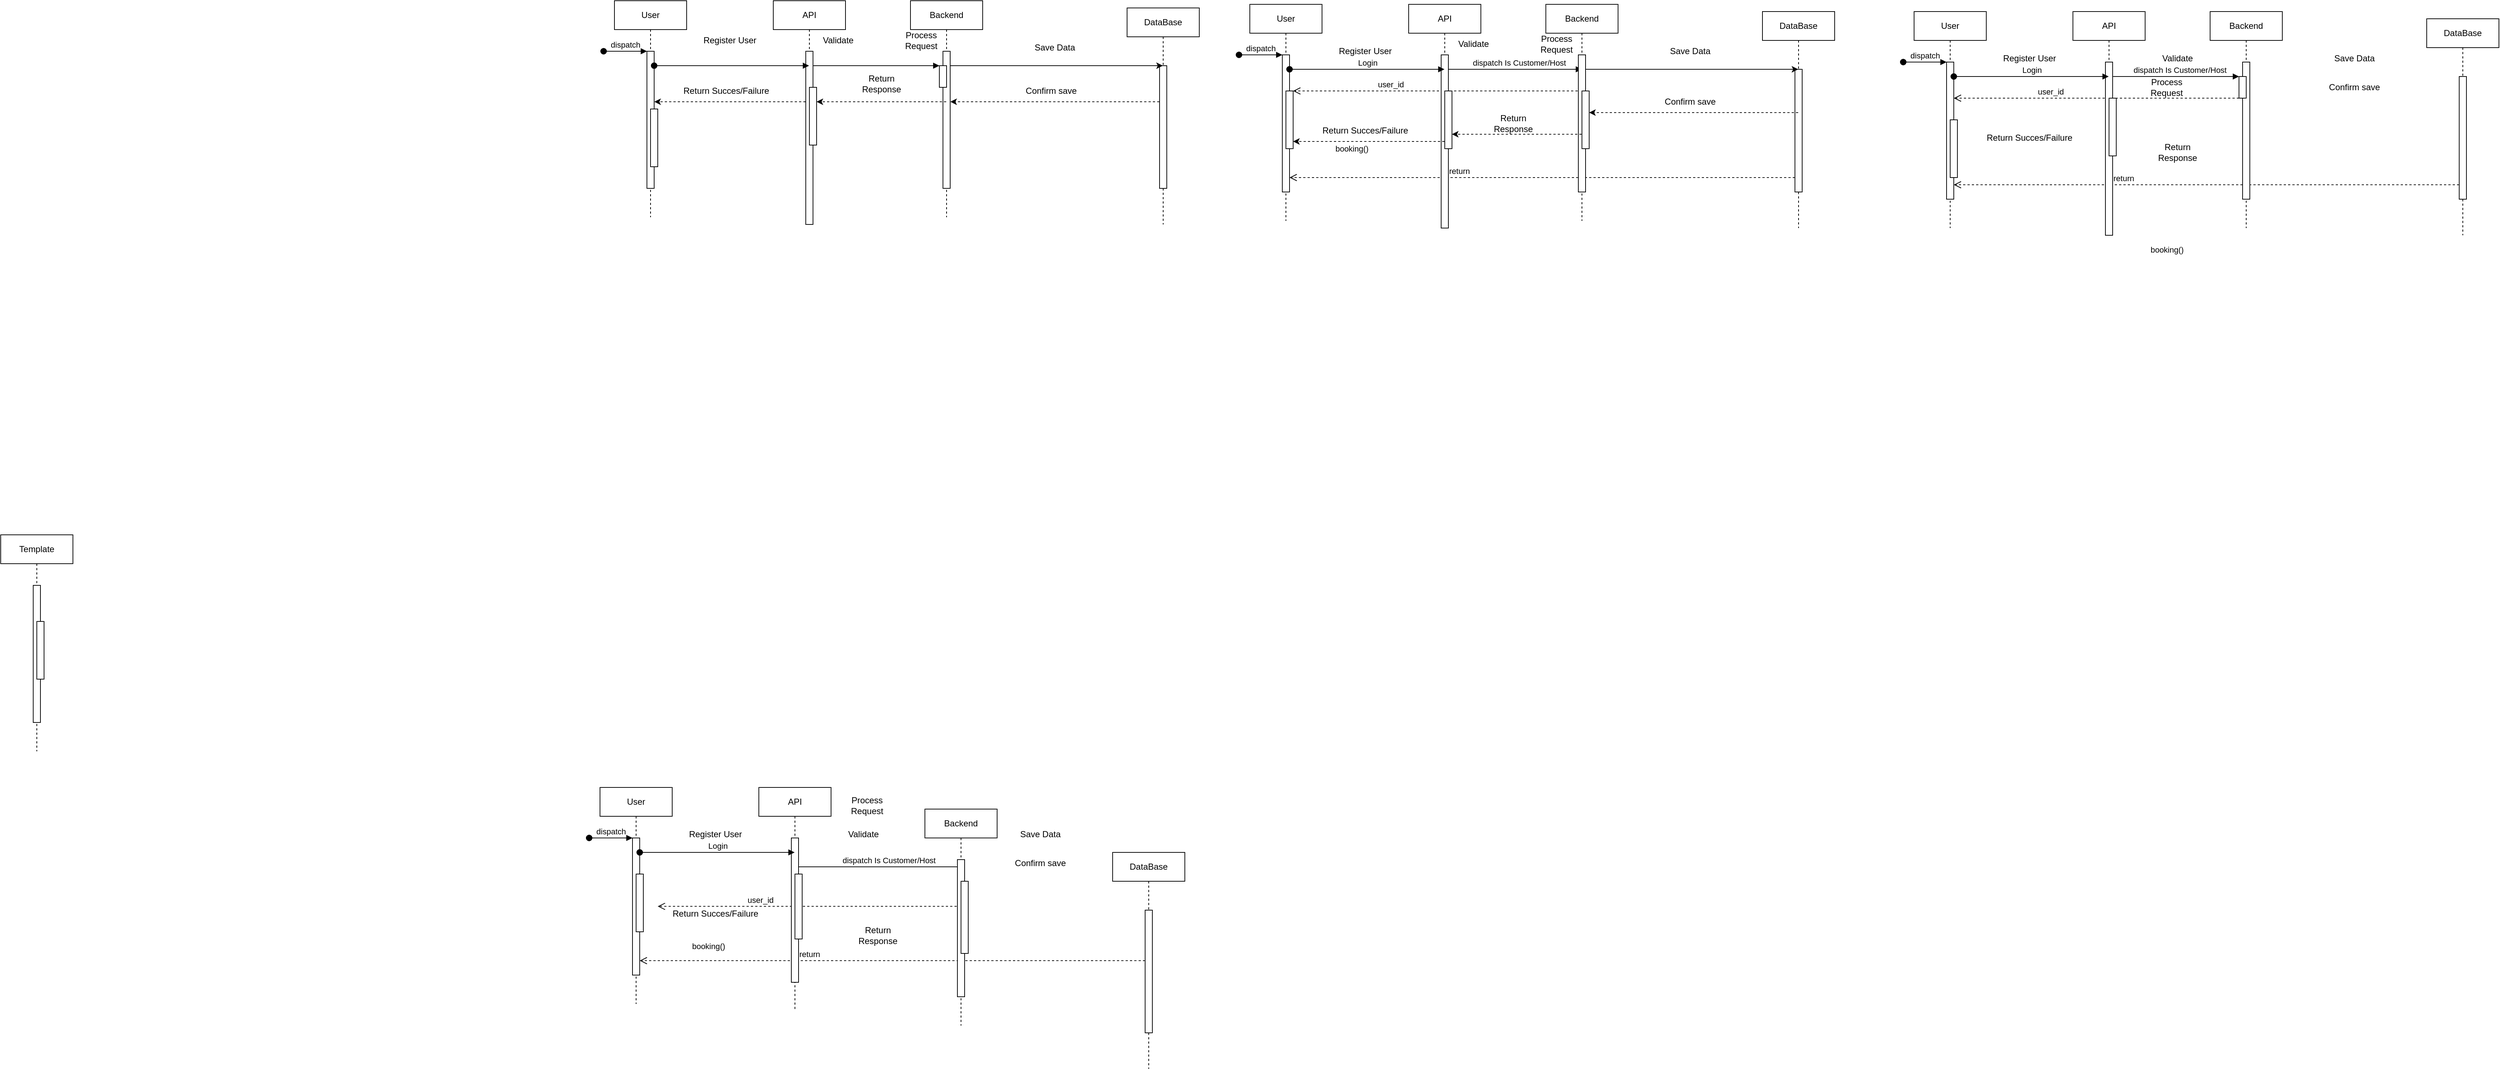
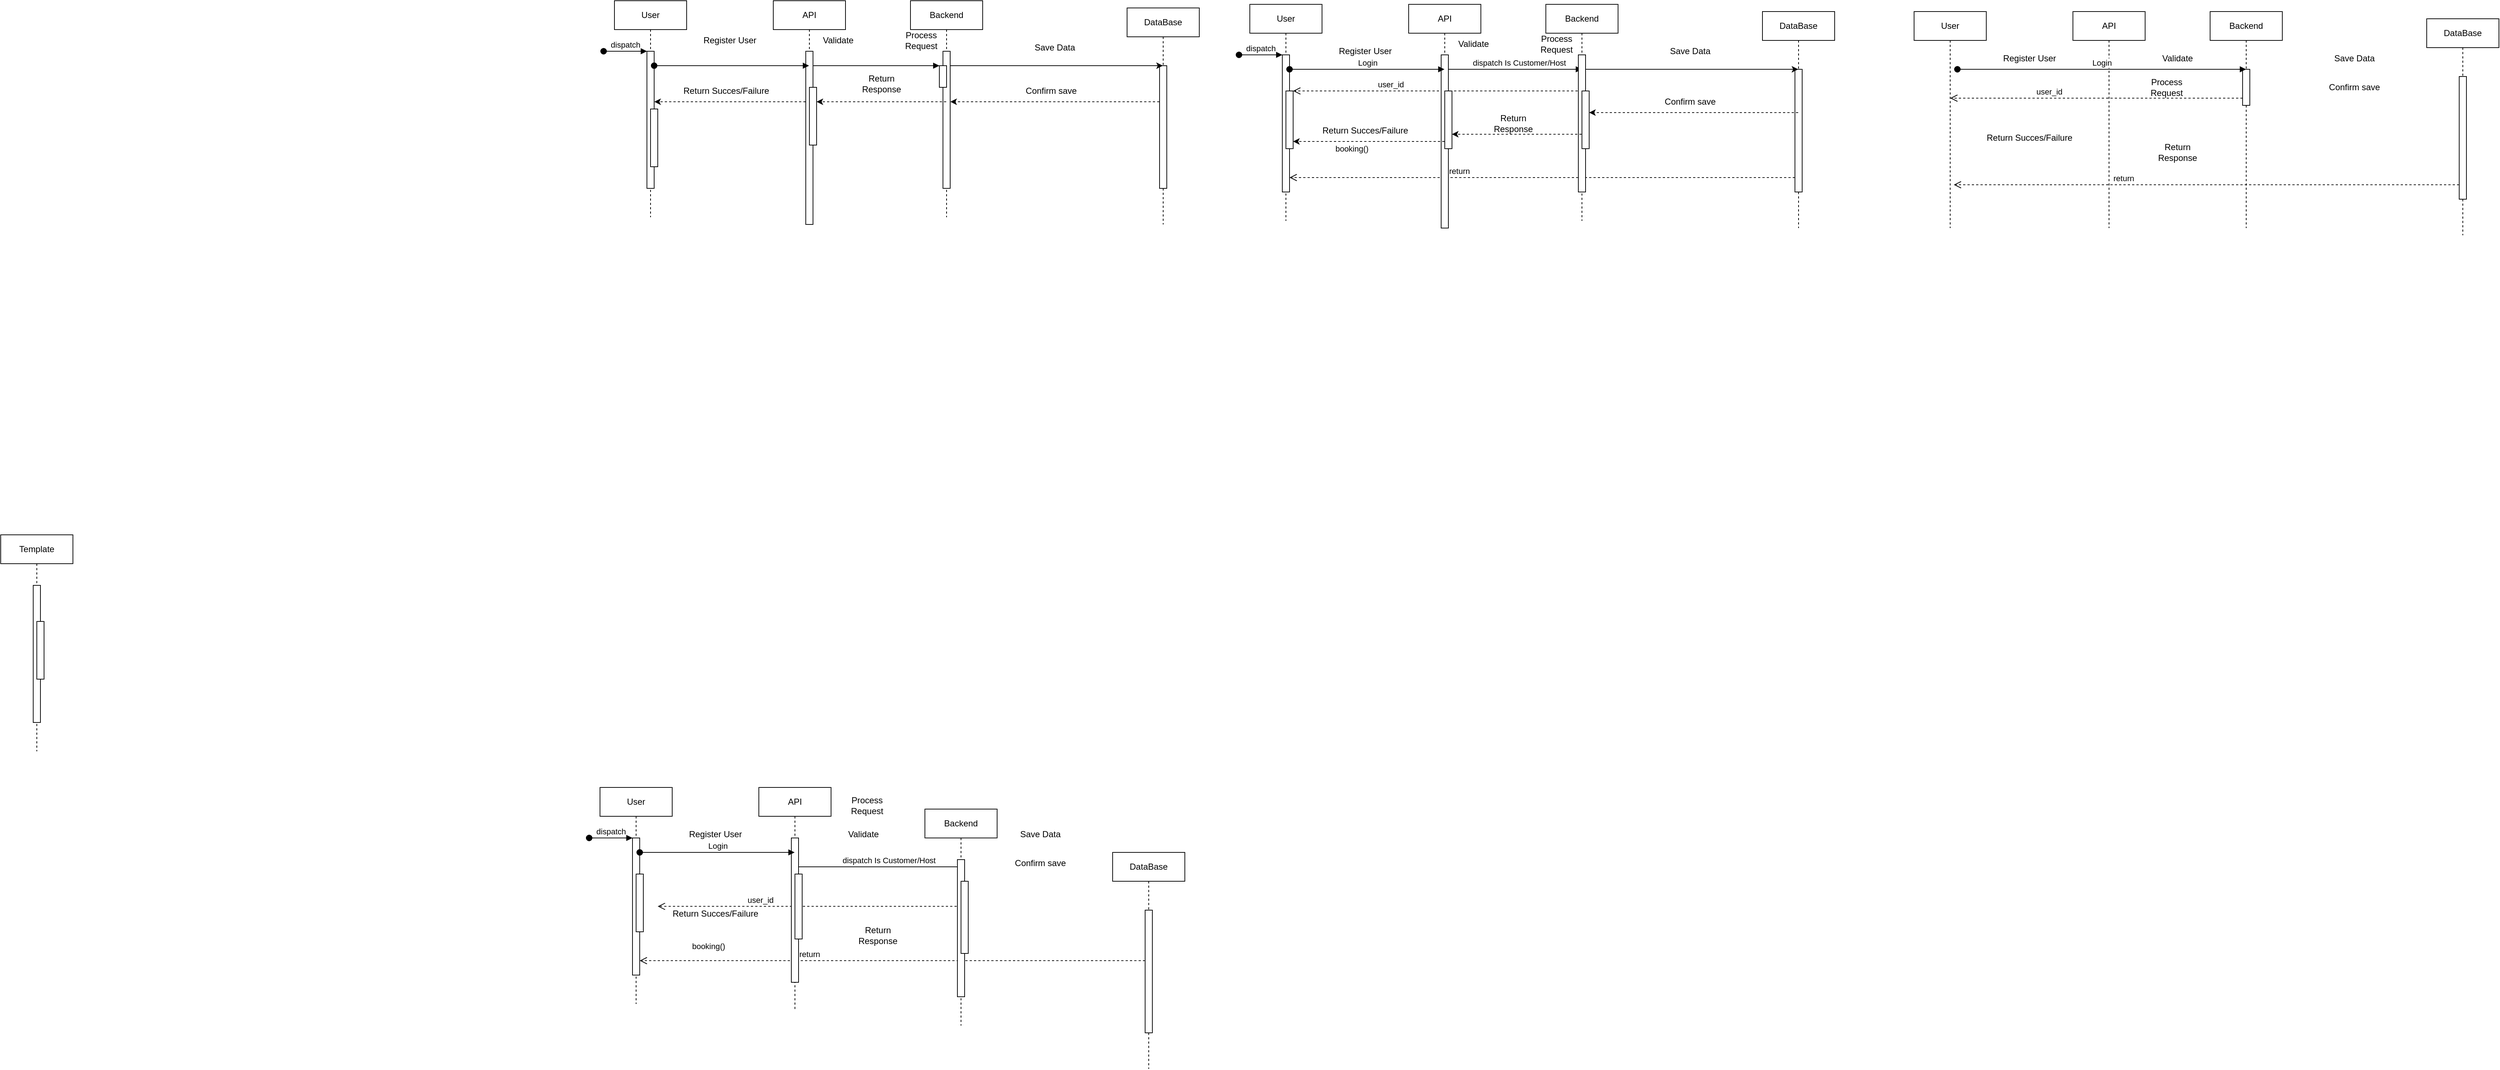
<mxfile host="app.diagrams.net" agent="5.0 (Macintosh; Intel Mac OS X 10_15_7) AppleWebKit/537.36 (KHTML, like Gecko) Chrome/109.0.0.0 Safari/537.36">
  <diagram name="Page-1" id="2YBvvXClWsGukQMizWep">
-     <mxGraphModel dx="1837" dy="1211" grid="1" gridSize="10" guides="1" tooltips="1" connect="1" arrows="1" fold="1" page="1" pageScale="1" pageWidth="850" pageHeight="1100" math="0" shadow="0">
+     <mxGraphModel dx="1403" dy="678" grid="1" gridSize="10" guides="1" tooltips="1" connect="1" arrows="1" fold="1" page="1" pageScale="1" pageWidth="850" pageHeight="1100" math="0" shadow="0">
      <root>
        <mxCell id="0" />
        <mxCell id="1" parent="0" />
        <mxCell id="aM9ryv3xv72pqoxQDRHE-1" parent="1" style="shape=umlLifeline;perimeter=lifelinePerimeter;whiteSpace=wrap;html=1;container=0;dropTarget=0;collapsible=0;recursiveResize=0;outlineConnect=0;portConstraint=eastwest;newEdgeStyle={&quot;edgeStyle&quot;:&quot;elbowEdgeStyle&quot;,&quot;elbow&quot;:&quot;vertical&quot;,&quot;curved&quot;:0,&quot;rounded&quot;:0};" value="User" vertex="1">
          <mxGeometry height="300" width="100" x="30" y="40" as="geometry" />
        </mxCell>
        <mxCell id="aM9ryv3xv72pqoxQDRHE-2" parent="aM9ryv3xv72pqoxQDRHE-1" style="html=1;points=[];perimeter=orthogonalPerimeter;outlineConnect=0;targetShapes=umlLifeline;portConstraint=eastwest;newEdgeStyle={&quot;edgeStyle&quot;:&quot;elbowEdgeStyle&quot;,&quot;elbow&quot;:&quot;vertical&quot;,&quot;curved&quot;:0,&quot;rounded&quot;:0};" value="" vertex="1">
          <mxGeometry height="190" width="10" x="45" y="70" as="geometry" />
        </mxCell>
        <mxCell id="aM9ryv3xv72pqoxQDRHE-3" edge="1" parent="aM9ryv3xv72pqoxQDRHE-1" style="html=1;verticalAlign=bottom;startArrow=oval;endArrow=block;startSize=8;edgeStyle=elbowEdgeStyle;elbow=vertical;curved=0;rounded=0;" target="aM9ryv3xv72pqoxQDRHE-2" value="dispatch">
          <mxGeometry relative="1" as="geometry">
            <mxPoint x="-15" y="70" as="sourcePoint" />
          </mxGeometry>
        </mxCell>
        <mxCell id="aM9ryv3xv72pqoxQDRHE-4" parent="aM9ryv3xv72pqoxQDRHE-1" style="html=1;points=[];perimeter=orthogonalPerimeter;outlineConnect=0;targetShapes=umlLifeline;portConstraint=eastwest;newEdgeStyle={&quot;edgeStyle&quot;:&quot;elbowEdgeStyle&quot;,&quot;elbow&quot;:&quot;vertical&quot;,&quot;curved&quot;:0,&quot;rounded&quot;:0};" value="" vertex="1">
          <mxGeometry height="80" width="10" x="50" y="150" as="geometry" />
        </mxCell>
        <mxCell id="aM9ryv3xv72pqoxQDRHE-5" parent="1" style="shape=umlLifeline;perimeter=lifelinePerimeter;whiteSpace=wrap;html=1;container=0;dropTarget=0;collapsible=0;recursiveResize=0;outlineConnect=0;portConstraint=eastwest;newEdgeStyle={&quot;edgeStyle&quot;:&quot;elbowEdgeStyle&quot;,&quot;elbow&quot;:&quot;vertical&quot;,&quot;curved&quot;:0,&quot;rounded&quot;:0};" value="DataBase" vertex="1">
          <mxGeometry height="300" width="100" x="740" y="50" as="geometry" />
        </mxCell>
        <mxCell id="aM9ryv3xv72pqoxQDRHE-6" parent="aM9ryv3xv72pqoxQDRHE-5" style="html=1;points=[];perimeter=orthogonalPerimeter;outlineConnect=0;targetShapes=umlLifeline;portConstraint=eastwest;newEdgeStyle={&quot;edgeStyle&quot;:&quot;elbowEdgeStyle&quot;,&quot;elbow&quot;:&quot;vertical&quot;,&quot;curved&quot;:0,&quot;rounded&quot;:0};" value="" vertex="1">
          <mxGeometry height="170" width="10" x="45" y="80" as="geometry" />
        </mxCell>
        <mxCell id="aM9ryv3xv72pqoxQDRHE-7" edge="1" parent="1" source="7Z1T8ZwHcXeBXznP6D7j-6" style="html=1;verticalAlign=bottom;endArrow=block;edgeStyle=elbowEdgeStyle;elbow=vertical;curved=0;rounded=0;" target="7Z1T8ZwHcXeBXznP6D7j-11" value="">
          <mxGeometry relative="1" x="0.0616" as="geometry">
            <mxPoint as="offset" />
            <Array as="points">
              <mxPoint x="440" y="130" />
            </Array>
            <mxPoint x="195" y="130" as="sourcePoint" />
            <mxPoint x="480" y="130" as="targetPoint" />
          </mxGeometry>
        </mxCell>
        <mxCell id="7Z1T8ZwHcXeBXznP6D7j-5" parent="1" style="shape=umlLifeline;perimeter=lifelinePerimeter;whiteSpace=wrap;html=1;container=0;dropTarget=0;collapsible=0;recursiveResize=0;outlineConnect=0;portConstraint=eastwest;newEdgeStyle={&quot;edgeStyle&quot;:&quot;elbowEdgeStyle&quot;,&quot;elbow&quot;:&quot;vertical&quot;,&quot;curved&quot;:0,&quot;rounded&quot;:0};" value="API" vertex="1">
          <mxGeometry height="300" width="100" x="250" y="40" as="geometry" />
        </mxCell>
        <mxCell id="7Z1T8ZwHcXeBXznP6D7j-6" parent="7Z1T8ZwHcXeBXznP6D7j-5" style="html=1;points=[];perimeter=orthogonalPerimeter;outlineConnect=0;targetShapes=umlLifeline;portConstraint=eastwest;newEdgeStyle={&quot;edgeStyle&quot;:&quot;elbowEdgeStyle&quot;,&quot;elbow&quot;:&quot;vertical&quot;,&quot;curved&quot;:0,&quot;rounded&quot;:0};" value="" vertex="1">
          <mxGeometry height="240" width="10" x="45" y="70" as="geometry" />
        </mxCell>
        <mxCell id="7Z1T8ZwHcXeBXznP6D7j-8" parent="7Z1T8ZwHcXeBXznP6D7j-5" style="html=1;points=[];perimeter=orthogonalPerimeter;outlineConnect=0;targetShapes=umlLifeline;portConstraint=eastwest;newEdgeStyle={&quot;edgeStyle&quot;:&quot;elbowEdgeStyle&quot;,&quot;elbow&quot;:&quot;vertical&quot;,&quot;curved&quot;:0,&quot;rounded&quot;:0};" value="" vertex="1">
          <mxGeometry height="80" width="10" x="50" y="120" as="geometry" />
        </mxCell>
        <mxCell id="7Z1T8ZwHcXeBXznP6D7j-9" parent="1" style="shape=umlLifeline;perimeter=lifelinePerimeter;whiteSpace=wrap;html=1;container=0;dropTarget=0;collapsible=0;recursiveResize=0;outlineConnect=0;portConstraint=eastwest;newEdgeStyle={&quot;edgeStyle&quot;:&quot;elbowEdgeStyle&quot;,&quot;elbow&quot;:&quot;vertical&quot;,&quot;curved&quot;:0,&quot;rounded&quot;:0};" value="&lt;div&gt;Backend&lt;/div&gt;" vertex="1">
          <mxGeometry height="300" width="100" x="440" y="40" as="geometry" />
        </mxCell>
        <mxCell id="7Z1T8ZwHcXeBXznP6D7j-10" parent="7Z1T8ZwHcXeBXznP6D7j-9" style="html=1;points=[];perimeter=orthogonalPerimeter;outlineConnect=0;targetShapes=umlLifeline;portConstraint=eastwest;newEdgeStyle={&quot;edgeStyle&quot;:&quot;elbowEdgeStyle&quot;,&quot;elbow&quot;:&quot;vertical&quot;,&quot;curved&quot;:0,&quot;rounded&quot;:0};" value="" vertex="1">
          <mxGeometry height="190" width="10" x="45" y="70" as="geometry" />
        </mxCell>
        <mxCell id="7Z1T8ZwHcXeBXznP6D7j-11" parent="7Z1T8ZwHcXeBXznP6D7j-9" style="html=1;points=[];perimeter=orthogonalPerimeter;outlineConnect=0;targetShapes=umlLifeline;portConstraint=eastwest;newEdgeStyle={&quot;edgeStyle&quot;:&quot;elbowEdgeStyle&quot;,&quot;elbow&quot;:&quot;vertical&quot;,&quot;curved&quot;:0,&quot;rounded&quot;:0};" value="" vertex="1">
          <mxGeometry height="30" width="10" x="40" y="90" as="geometry" />
        </mxCell>
        <mxCell id="7Z1T8ZwHcXeBXznP6D7j-12" parent="1" style="shape=umlLifeline;perimeter=lifelinePerimeter;whiteSpace=wrap;html=1;container=0;dropTarget=0;collapsible=0;recursiveResize=0;outlineConnect=0;portConstraint=eastwest;newEdgeStyle={&quot;edgeStyle&quot;:&quot;elbowEdgeStyle&quot;,&quot;elbow&quot;:&quot;vertical&quot;,&quot;curved&quot;:0,&quot;rounded&quot;:0};" value="Template" vertex="1">
          <mxGeometry height="300" width="100" x="-820" y="780" as="geometry" />
        </mxCell>
        <mxCell id="7Z1T8ZwHcXeBXznP6D7j-13" parent="7Z1T8ZwHcXeBXznP6D7j-12" style="html=1;points=[];perimeter=orthogonalPerimeter;outlineConnect=0;targetShapes=umlLifeline;portConstraint=eastwest;newEdgeStyle={&quot;edgeStyle&quot;:&quot;elbowEdgeStyle&quot;,&quot;elbow&quot;:&quot;vertical&quot;,&quot;curved&quot;:0,&quot;rounded&quot;:0};" value="" vertex="1">
          <mxGeometry height="190" width="10" x="45" y="70" as="geometry" />
        </mxCell>
        <mxCell id="7Z1T8ZwHcXeBXznP6D7j-14" parent="7Z1T8ZwHcXeBXznP6D7j-12" style="html=1;points=[];perimeter=orthogonalPerimeter;outlineConnect=0;targetShapes=umlLifeline;portConstraint=eastwest;newEdgeStyle={&quot;edgeStyle&quot;:&quot;elbowEdgeStyle&quot;,&quot;elbow&quot;:&quot;vertical&quot;,&quot;curved&quot;:0,&quot;rounded&quot;:0};" value="" vertex="1">
          <mxGeometry height="80" width="10" x="50" y="120" as="geometry" />
        </mxCell>
        <mxCell id="7Z1T8ZwHcXeBXznP6D7j-18" edge="1" parent="1" style="html=1;verticalAlign=bottom;startArrow=oval;endArrow=block;startSize=8;edgeStyle=elbowEdgeStyle;elbow=vertical;curved=0;rounded=0;" target="7Z1T8ZwHcXeBXznP6D7j-5" value="">
          <mxGeometry relative="1" x="-0.3939" y="10" as="geometry">
            <mxPoint as="offset" />
            <mxPoint x="85" y="130" as="sourcePoint" />
            <mxPoint x="150" y="130" as="targetPoint" />
          </mxGeometry>
        </mxCell>
        <mxCell id="D9VVy2PClrj1YHKQl20F-1" parent="1" style="text;html=1;whiteSpace=wrap;strokeColor=none;fillColor=none;align=center;verticalAlign=middle;rounded=0;" value="Register User" vertex="1">
          <mxGeometry height="30" width="100" x="140" y="80" as="geometry" />
        </mxCell>
        <mxCell id="D9VVy2PClrj1YHKQl20F-2" parent="1" style="text;html=1;whiteSpace=wrap;strokeColor=none;fillColor=none;align=center;verticalAlign=middle;rounded=0;" value="Validate" vertex="1">
          <mxGeometry height="30" width="60" x="310" y="80" as="geometry" />
        </mxCell>
        <mxCell id="D9VVy2PClrj1YHKQl20F-3" parent="1" style="text;html=1;whiteSpace=wrap;strokeColor=none;fillColor=none;align=center;verticalAlign=middle;rounded=0;" value="Process Request" vertex="1">
          <mxGeometry height="30" width="60" x="425" y="80" as="geometry" />
        </mxCell>
        <mxCell id="I_nbtK1dwFWHWanF6EMp-1" parent="1" style="text;html=1;whiteSpace=wrap;strokeColor=none;fillColor=none;align=center;verticalAlign=middle;rounded=0;" value="Save Data" vertex="1">
          <mxGeometry height="30" width="60" x="610" y="90" as="geometry" />
        </mxCell>
        <mxCell id="I_nbtK1dwFWHWanF6EMp-2" parent="1" style="text;html=1;whiteSpace=wrap;strokeColor=none;fillColor=none;align=center;verticalAlign=middle;rounded=0;" value="Confirm save" vertex="1">
          <mxGeometry height="30" width="80" x="595.25" y="150" as="geometry" />
        </mxCell>
        <mxCell id="I_nbtK1dwFWHWanF6EMp-3" parent="1" style="text;html=1;whiteSpace=wrap;strokeColor=none;fillColor=none;align=center;verticalAlign=middle;rounded=0;" value="Return Response" vertex="1">
          <mxGeometry height="30" width="60" x="370" y="140" as="geometry" />
        </mxCell>
        <mxCell id="I_nbtK1dwFWHWanF6EMp-4" parent="1" style="text;html=1;whiteSpace=wrap;strokeColor=none;fillColor=none;align=center;verticalAlign=middle;rounded=0;" value="Return Succes/Failure" vertex="1">
          <mxGeometry height="30" width="140" x="115.25" y="150" as="geometry" />
        </mxCell>
        <mxCell id="7Z1T8ZwHcXeBXznP6D7j-20" parent="1" style="shape=umlLifeline;perimeter=lifelinePerimeter;whiteSpace=wrap;html=1;container=0;dropTarget=0;collapsible=0;recursiveResize=0;outlineConnect=0;portConstraint=eastwest;newEdgeStyle={&quot;edgeStyle&quot;:&quot;elbowEdgeStyle&quot;,&quot;elbow&quot;:&quot;vertical&quot;,&quot;curved&quot;:0,&quot;rounded&quot;:0};" value="User" vertex="1">
          <mxGeometry height="300" width="100" x="10" y="1130" as="geometry" />
        </mxCell>
        <mxCell id="7Z1T8ZwHcXeBXznP6D7j-21" parent="7Z1T8ZwHcXeBXznP6D7j-20" style="html=1;points=[];perimeter=orthogonalPerimeter;outlineConnect=0;targetShapes=umlLifeline;portConstraint=eastwest;newEdgeStyle={&quot;edgeStyle&quot;:&quot;elbowEdgeStyle&quot;,&quot;elbow&quot;:&quot;vertical&quot;,&quot;curved&quot;:0,&quot;rounded&quot;:0};" value="" vertex="1">
          <mxGeometry height="190" width="10" x="45" y="70" as="geometry" />
        </mxCell>
        <mxCell id="7Z1T8ZwHcXeBXznP6D7j-22" edge="1" parent="7Z1T8ZwHcXeBXznP6D7j-20" style="html=1;verticalAlign=bottom;startArrow=oval;endArrow=block;startSize=8;edgeStyle=elbowEdgeStyle;elbow=vertical;curved=0;rounded=0;" target="7Z1T8ZwHcXeBXznP6D7j-21" value="dispatch">
          <mxGeometry relative="1" as="geometry">
            <mxPoint x="-15" y="70" as="sourcePoint" />
          </mxGeometry>
        </mxCell>
        <mxCell id="7Z1T8ZwHcXeBXznP6D7j-23" parent="7Z1T8ZwHcXeBXznP6D7j-20" style="html=1;points=[];perimeter=orthogonalPerimeter;outlineConnect=0;targetShapes=umlLifeline;portConstraint=eastwest;newEdgeStyle={&quot;edgeStyle&quot;:&quot;elbowEdgeStyle&quot;,&quot;elbow&quot;:&quot;vertical&quot;,&quot;curved&quot;:0,&quot;rounded&quot;:0};" value="" vertex="1">
          <mxGeometry height="80" width="10" x="50" y="120" as="geometry" />
        </mxCell>
        <mxCell id="_QFFP_39c0ER-aZENGy8-1" edge="1" parent="1" source="7Z1T8ZwHcXeBXznP6D7j-10" style="endArrow=classic;html=1;rounded=0;" target="aM9ryv3xv72pqoxQDRHE-5" value="">
          <mxGeometry height="50" relative="1" width="50" as="geometry">
            <Array as="points">
              <mxPoint x="650" y="130" />
            </Array>
            <mxPoint x="490" y="170" as="sourcePoint" />
            <mxPoint x="540" y="120" as="targetPoint" />
          </mxGeometry>
        </mxCell>
        <mxCell id="7Z1T8ZwHcXeBXznP6D7j-24" parent="1" style="shape=umlLifeline;perimeter=lifelinePerimeter;whiteSpace=wrap;html=1;container=0;dropTarget=0;collapsible=0;recursiveResize=0;outlineConnect=0;portConstraint=eastwest;newEdgeStyle={&quot;edgeStyle&quot;:&quot;elbowEdgeStyle&quot;,&quot;elbow&quot;:&quot;vertical&quot;,&quot;curved&quot;:0,&quot;rounded&quot;:0};" value="DataBase" vertex="1">
          <mxGeometry height="300" width="100" x="720" y="1220" as="geometry" />
        </mxCell>
        <mxCell id="7Z1T8ZwHcXeBXznP6D7j-25" parent="7Z1T8ZwHcXeBXznP6D7j-24" style="html=1;points=[];perimeter=orthogonalPerimeter;outlineConnect=0;targetShapes=umlLifeline;portConstraint=eastwest;newEdgeStyle={&quot;edgeStyle&quot;:&quot;elbowEdgeStyle&quot;,&quot;elbow&quot;:&quot;vertical&quot;,&quot;curved&quot;:0,&quot;rounded&quot;:0};" value="" vertex="1">
          <mxGeometry height="170" width="10" x="45" y="80" as="geometry" />
        </mxCell>
        <mxCell id="_QFFP_39c0ER-aZENGy8-2" edge="1" parent="1" style="endArrow=classic;html=1;rounded=0;dashed=1;" value="">
          <mxGeometry height="50" relative="1" width="50" as="geometry">
            <Array as="points">
              <mxPoint x="635.25" y="180" />
            </Array>
            <mxPoint x="784.75" y="179.9999999999999" as="sourcePoint" />
            <mxPoint x="495.25" y="179.9999999999999" as="targetPoint" />
          </mxGeometry>
        </mxCell>
        <mxCell id="7Z1T8ZwHcXeBXznP6D7j-26" edge="1" parent="1" source="7Z1T8ZwHcXeBXznP6D7j-31" style="html=1;verticalAlign=bottom;endArrow=block;edgeStyle=elbowEdgeStyle;elbow=vertical;curved=0;rounded=0;entryX=0.5;entryY=0.105;entryDx=0;entryDy=0;entryPerimeter=0;" target="7Z1T8ZwHcXeBXznP6D7j-34" value="dispatch Is Customer/Host">
          <mxGeometry relative="1" x="0.0616" as="geometry">
            <mxPoint as="offset" />
            <Array as="points">
              <mxPoint x="460" y="1240" />
            </Array>
            <mxPoint x="175" y="1220" as="sourcePoint" />
            <mxPoint x="460" y="1220" as="targetPoint" />
          </mxGeometry>
        </mxCell>
        <mxCell id="7Z1T8ZwHcXeBXznP6D7j-27" connectable="0" parent="7Z1T8ZwHcXeBXznP6D7j-26" style="edgeLabel;html=1;align=center;verticalAlign=middle;resizable=0;points=[];" value="booking()" vertex="1">
          <mxGeometry relative="1" x="-0.6283" y="3" as="geometry">
            <mxPoint x="-169" y="113" as="offset" />
          </mxGeometry>
        </mxCell>
        <mxCell id="_QFFP_39c0ER-aZENGy8-3" edge="1" parent="1" style="endArrow=classic;html=1;rounded=0;dashed=1;" value="">
          <mxGeometry height="50" relative="1" width="50" as="geometry">
            <Array as="points">
              <mxPoint x="400" y="180" />
            </Array>
            <mxPoint x="489.5" y="179.9999999999999" as="sourcePoint" />
            <mxPoint x="310" y="179.9999999999999" as="targetPoint" />
          </mxGeometry>
        </mxCell>
        <mxCell id="7Z1T8ZwHcXeBXznP6D7j-28" edge="1" parent="1" source="7Z1T8ZwHcXeBXznP6D7j-25" style="html=1;verticalAlign=bottom;endArrow=open;dashed=1;endSize=8;edgeStyle=elbowEdgeStyle;elbow=vertical;curved=0;rounded=0;" target="7Z1T8ZwHcXeBXznP6D7j-21" value="return">
          <mxGeometry relative="1" x="0.3286" as="geometry">
            <mxPoint as="offset" />
            <Array as="points">
              <mxPoint x="170" y="1370" />
            </Array>
            <mxPoint x="175" y="1295" as="targetPoint" />
          </mxGeometry>
        </mxCell>
        <mxCell id="_QFFP_39c0ER-aZENGy8-4" edge="1" parent="1" style="endArrow=classic;html=1;rounded=0;dashed=1;" value="">
          <mxGeometry height="50" relative="1" width="50" as="geometry">
            <Array as="points">
              <mxPoint x="195.25" y="180" />
            </Array>
            <mxPoint x="294.75" y="179.9999999999999" as="sourcePoint" />
            <mxPoint x="85.25" y="179.9999999999999" as="targetPoint" />
          </mxGeometry>
        </mxCell>
        <mxCell id="7Z1T8ZwHcXeBXznP6D7j-29" edge="1" parent="1" style="html=1;verticalAlign=bottom;endArrow=open;dashed=1;endSize=8;edgeStyle=elbowEdgeStyle;elbow=vertical;curved=0;rounded=0;" value="user_id">
          <mxGeometry relative="1" x="0.325" as="geometry">
            <mxPoint as="offset" />
            <Array as="points">
              <mxPoint x="450" y="1294.76" />
            </Array>
            <mxPoint x="510" y="1294.76" as="sourcePoint" />
            <mxPoint x="90" y="1294.76" as="targetPoint" />
          </mxGeometry>
        </mxCell>
        <mxCell id="_QFFP_39c0ER-aZENGy8-33" parent="1" style="shape=umlLifeline;perimeter=lifelinePerimeter;whiteSpace=wrap;html=1;container=0;dropTarget=0;collapsible=0;recursiveResize=0;outlineConnect=0;portConstraint=eastwest;newEdgeStyle={&quot;edgeStyle&quot;:&quot;elbowEdgeStyle&quot;,&quot;elbow&quot;:&quot;vertical&quot;,&quot;curved&quot;:0,&quot;rounded&quot;:0};" value="User" vertex="1">
          <mxGeometry height="300" width="100" x="910" y="45" as="geometry" />
        </mxCell>
        <mxCell id="_QFFP_39c0ER-aZENGy8-34" parent="_QFFP_39c0ER-aZENGy8-33" style="html=1;points=[];perimeter=orthogonalPerimeter;outlineConnect=0;targetShapes=umlLifeline;portConstraint=eastwest;newEdgeStyle={&quot;edgeStyle&quot;:&quot;elbowEdgeStyle&quot;,&quot;elbow&quot;:&quot;vertical&quot;,&quot;curved&quot;:0,&quot;rounded&quot;:0};" value="" vertex="1">
          <mxGeometry height="190" width="10" x="45" y="70" as="geometry" />
        </mxCell>
        <mxCell id="_QFFP_39c0ER-aZENGy8-35" edge="1" parent="_QFFP_39c0ER-aZENGy8-33" style="html=1;verticalAlign=bottom;startArrow=oval;endArrow=block;startSize=8;edgeStyle=elbowEdgeStyle;elbow=vertical;curved=0;rounded=0;" target="_QFFP_39c0ER-aZENGy8-34" value="dispatch">
          <mxGeometry relative="1" as="geometry">
            <mxPoint x="-15" y="70" as="sourcePoint" />
          </mxGeometry>
        </mxCell>
        <mxCell id="_QFFP_39c0ER-aZENGy8-36" parent="_QFFP_39c0ER-aZENGy8-33" style="html=1;points=[];perimeter=orthogonalPerimeter;outlineConnect=0;targetShapes=umlLifeline;portConstraint=eastwest;newEdgeStyle={&quot;edgeStyle&quot;:&quot;elbowEdgeStyle&quot;,&quot;elbow&quot;:&quot;vertical&quot;,&quot;curved&quot;:0,&quot;rounded&quot;:0};" value="" vertex="1">
          <mxGeometry height="80" width="10" x="50" y="120" as="geometry" />
        </mxCell>
        <mxCell id="7Z1T8ZwHcXeBXznP6D7j-30" parent="1" style="shape=umlLifeline;perimeter=lifelinePerimeter;whiteSpace=wrap;html=1;container=0;dropTarget=0;collapsible=0;recursiveResize=0;outlineConnect=0;portConstraint=eastwest;newEdgeStyle={&quot;edgeStyle&quot;:&quot;elbowEdgeStyle&quot;,&quot;elbow&quot;:&quot;vertical&quot;,&quot;curved&quot;:0,&quot;rounded&quot;:0};" value="API" vertex="1">
          <mxGeometry height="310" width="100" x="230" y="1130" as="geometry" />
        </mxCell>
        <mxCell id="7Z1T8ZwHcXeBXznP6D7j-31" parent="7Z1T8ZwHcXeBXznP6D7j-30" style="html=1;points=[];perimeter=orthogonalPerimeter;outlineConnect=0;targetShapes=umlLifeline;portConstraint=eastwest;newEdgeStyle={&quot;edgeStyle&quot;:&quot;elbowEdgeStyle&quot;,&quot;elbow&quot;:&quot;vertical&quot;,&quot;curved&quot;:0,&quot;rounded&quot;:0};" value="" vertex="1">
          <mxGeometry height="200" width="10" x="45" y="70" as="geometry" />
        </mxCell>
        <mxCell id="7Z1T8ZwHcXeBXznP6D7j-32" parent="7Z1T8ZwHcXeBXznP6D7j-30" style="html=1;points=[];perimeter=orthogonalPerimeter;outlineConnect=0;targetShapes=umlLifeline;portConstraint=eastwest;newEdgeStyle={&quot;edgeStyle&quot;:&quot;elbowEdgeStyle&quot;,&quot;elbow&quot;:&quot;vertical&quot;,&quot;curved&quot;:0,&quot;rounded&quot;:0};" value="" vertex="1">
          <mxGeometry height="90" width="10" x="50" y="120" as="geometry" />
        </mxCell>
        <mxCell id="_QFFP_39c0ER-aZENGy8-37" parent="1" style="shape=umlLifeline;perimeter=lifelinePerimeter;whiteSpace=wrap;html=1;container=0;dropTarget=0;collapsible=0;recursiveResize=0;outlineConnect=0;portConstraint=eastwest;newEdgeStyle={&quot;edgeStyle&quot;:&quot;elbowEdgeStyle&quot;,&quot;elbow&quot;:&quot;vertical&quot;,&quot;curved&quot;:0,&quot;rounded&quot;:0};" value="DataBase" vertex="1">
          <mxGeometry height="300" width="100" x="1620" y="55" as="geometry" />
        </mxCell>
        <mxCell id="_QFFP_39c0ER-aZENGy8-38" parent="_QFFP_39c0ER-aZENGy8-37" style="html=1;points=[];perimeter=orthogonalPerimeter;outlineConnect=0;targetShapes=umlLifeline;portConstraint=eastwest;newEdgeStyle={&quot;edgeStyle&quot;:&quot;elbowEdgeStyle&quot;,&quot;elbow&quot;:&quot;vertical&quot;,&quot;curved&quot;:0,&quot;rounded&quot;:0};" value="" vertex="1">
          <mxGeometry height="170" width="10" x="45" y="80" as="geometry" />
        </mxCell>
        <mxCell id="7Z1T8ZwHcXeBXznP6D7j-33" parent="1" style="shape=umlLifeline;perimeter=lifelinePerimeter;whiteSpace=wrap;html=1;container=0;dropTarget=0;collapsible=0;recursiveResize=0;outlineConnect=0;portConstraint=eastwest;newEdgeStyle={&quot;edgeStyle&quot;:&quot;elbowEdgeStyle&quot;,&quot;elbow&quot;:&quot;vertical&quot;,&quot;curved&quot;:0,&quot;rounded&quot;:0};" value="&lt;div&gt;Backend&lt;/div&gt;" vertex="1">
          <mxGeometry height="300" width="100" x="460" y="1160" as="geometry" />
        </mxCell>
        <mxCell id="7Z1T8ZwHcXeBXznP6D7j-34" parent="7Z1T8ZwHcXeBXznP6D7j-33" style="html=1;points=[];perimeter=orthogonalPerimeter;outlineConnect=0;targetShapes=umlLifeline;portConstraint=eastwest;newEdgeStyle={&quot;edgeStyle&quot;:&quot;elbowEdgeStyle&quot;,&quot;elbow&quot;:&quot;vertical&quot;,&quot;curved&quot;:0,&quot;rounded&quot;:0};" value="" vertex="1">
          <mxGeometry height="190" width="10" x="45" y="70" as="geometry" />
        </mxCell>
        <mxCell id="7Z1T8ZwHcXeBXznP6D7j-35" parent="7Z1T8ZwHcXeBXznP6D7j-33" style="html=1;points=[];perimeter=orthogonalPerimeter;outlineConnect=0;targetShapes=umlLifeline;portConstraint=eastwest;newEdgeStyle={&quot;edgeStyle&quot;:&quot;elbowEdgeStyle&quot;,&quot;elbow&quot;:&quot;vertical&quot;,&quot;curved&quot;:0,&quot;rounded&quot;:0};" value="" vertex="1">
          <mxGeometry height="100" width="10" x="50" y="100" as="geometry" />
        </mxCell>
        <mxCell id="_QFFP_39c0ER-aZENGy8-39" edge="1" parent="1" source="_QFFP_39c0ER-aZENGy8-44" style="html=1;verticalAlign=bottom;endArrow=block;edgeStyle=elbowEdgeStyle;elbow=vertical;curved=0;rounded=0;entryX=0.5;entryY=0.105;entryDx=0;entryDy=0;entryPerimeter=0;" target="_QFFP_39c0ER-aZENGy8-47" value="dispatch Is Customer/Host">
          <mxGeometry relative="1" x="0.0616" as="geometry">
            <mxPoint as="offset" />
            <Array as="points">
              <mxPoint x="1320" y="135" />
            </Array>
            <mxPoint x="1075" y="135" as="sourcePoint" />
            <mxPoint x="1360" y="135" as="targetPoint" />
          </mxGeometry>
        </mxCell>
        <mxCell id="_QFFP_39c0ER-aZENGy8-40" connectable="0" parent="_QFFP_39c0ER-aZENGy8-39" style="edgeLabel;html=1;align=center;verticalAlign=middle;resizable=0;points=[];" value="booking()" vertex="1">
          <mxGeometry relative="1" x="-0.6283" y="3" as="geometry">
            <mxPoint x="-169" y="113" as="offset" />
          </mxGeometry>
        </mxCell>
        <mxCell id="7Z1T8ZwHcXeBXznP6D7j-36" edge="1" parent="1" style="html=1;verticalAlign=bottom;startArrow=oval;endArrow=block;startSize=8;edgeStyle=elbowEdgeStyle;elbow=vertical;curved=0;rounded=0;" target="7Z1T8ZwHcXeBXznP6D7j-30" value="Login">
          <mxGeometry relative="1" as="geometry">
            <mxPoint x="65" y="1220" as="sourcePoint" />
            <mxPoint x="130" y="1220" as="targetPoint" />
          </mxGeometry>
        </mxCell>
        <mxCell id="_QFFP_39c0ER-aZENGy8-41" edge="1" parent="1" source="_QFFP_39c0ER-aZENGy8-38" style="html=1;verticalAlign=bottom;endArrow=open;dashed=1;endSize=8;edgeStyle=elbowEdgeStyle;elbow=vertical;curved=0;rounded=0;" target="_QFFP_39c0ER-aZENGy8-34" value="return">
          <mxGeometry relative="1" x="0.3286" as="geometry">
            <mxPoint as="offset" />
            <Array as="points">
              <mxPoint x="1070" y="285" />
            </Array>
            <mxPoint x="1075" y="210" as="targetPoint" />
          </mxGeometry>
        </mxCell>
        <mxCell id="7Z1T8ZwHcXeBXznP6D7j-37" parent="1" style="text;html=1;whiteSpace=wrap;strokeColor=none;fillColor=none;align=center;verticalAlign=middle;rounded=0;" value="Register User" vertex="1">
          <mxGeometry height="30" width="100" x="120" y="1180" as="geometry" />
        </mxCell>
        <mxCell id="_QFFP_39c0ER-aZENGy8-42" edge="1" parent="1" source="_QFFP_39c0ER-aZENGy8-48" style="html=1;verticalAlign=bottom;endArrow=open;dashed=1;endSize=8;edgeStyle=elbowEdgeStyle;elbow=vertical;curved=0;rounded=0;" target="_QFFP_39c0ER-aZENGy8-36" value="user_id">
          <mxGeometry relative="1" x="0.325" as="geometry">
            <mxPoint as="offset" />
            <Array as="points">
              <mxPoint x="1330" y="165" />
            </Array>
            <mxPoint x="1430" y="165" as="sourcePoint" />
            <mxPoint x="1020" y="165" as="targetPoint" />
          </mxGeometry>
        </mxCell>
        <mxCell id="7Z1T8ZwHcXeBXznP6D7j-38" parent="1" style="text;html=1;whiteSpace=wrap;strokeColor=none;fillColor=none;align=center;verticalAlign=middle;rounded=0;" value="Validate" vertex="1">
          <mxGeometry height="30" width="60" x="345" y="1180" as="geometry" />
        </mxCell>
        <mxCell id="_QFFP_39c0ER-aZENGy8-43" parent="1" style="shape=umlLifeline;perimeter=lifelinePerimeter;whiteSpace=wrap;html=1;container=0;dropTarget=0;collapsible=0;recursiveResize=0;outlineConnect=0;portConstraint=eastwest;newEdgeStyle={&quot;edgeStyle&quot;:&quot;elbowEdgeStyle&quot;,&quot;elbow&quot;:&quot;vertical&quot;,&quot;curved&quot;:0,&quot;rounded&quot;:0};" value="API" vertex="1">
          <mxGeometry height="300" width="100" x="1130" y="45" as="geometry" />
        </mxCell>
        <mxCell id="_QFFP_39c0ER-aZENGy8-44" parent="_QFFP_39c0ER-aZENGy8-43" style="html=1;points=[];perimeter=orthogonalPerimeter;outlineConnect=0;targetShapes=umlLifeline;portConstraint=eastwest;newEdgeStyle={&quot;edgeStyle&quot;:&quot;elbowEdgeStyle&quot;,&quot;elbow&quot;:&quot;vertical&quot;,&quot;curved&quot;:0,&quot;rounded&quot;:0};" value="" vertex="1">
          <mxGeometry height="240" width="10" x="45" y="70" as="geometry" />
        </mxCell>
        <mxCell id="_QFFP_39c0ER-aZENGy8-45" parent="_QFFP_39c0ER-aZENGy8-43" style="html=1;points=[];perimeter=orthogonalPerimeter;outlineConnect=0;targetShapes=umlLifeline;portConstraint=eastwest;newEdgeStyle={&quot;edgeStyle&quot;:&quot;elbowEdgeStyle&quot;,&quot;elbow&quot;:&quot;vertical&quot;,&quot;curved&quot;:0,&quot;rounded&quot;:0};" value="" vertex="1">
          <mxGeometry height="80" width="10" x="50" y="120" as="geometry" />
        </mxCell>
        <mxCell id="7Z1T8ZwHcXeBXznP6D7j-39" parent="1" style="text;html=1;whiteSpace=wrap;strokeColor=none;fillColor=none;align=center;verticalAlign=middle;rounded=0;" value="Process Request" vertex="1">
          <mxGeometry height="30" width="60" x="350" y="1140" as="geometry" />
        </mxCell>
        <mxCell id="_QFFP_39c0ER-aZENGy8-46" parent="1" style="shape=umlLifeline;perimeter=lifelinePerimeter;whiteSpace=wrap;html=1;container=0;dropTarget=0;collapsible=0;recursiveResize=0;outlineConnect=0;portConstraint=eastwest;newEdgeStyle={&quot;edgeStyle&quot;:&quot;elbowEdgeStyle&quot;,&quot;elbow&quot;:&quot;vertical&quot;,&quot;curved&quot;:0,&quot;rounded&quot;:0};" value="&lt;div&gt;Backend&lt;/div&gt;" vertex="1">
          <mxGeometry height="300" width="100" x="1320" y="45" as="geometry" />
        </mxCell>
        <mxCell id="_QFFP_39c0ER-aZENGy8-47" parent="_QFFP_39c0ER-aZENGy8-46" style="html=1;points=[];perimeter=orthogonalPerimeter;outlineConnect=0;targetShapes=umlLifeline;portConstraint=eastwest;newEdgeStyle={&quot;edgeStyle&quot;:&quot;elbowEdgeStyle&quot;,&quot;elbow&quot;:&quot;vertical&quot;,&quot;curved&quot;:0,&quot;rounded&quot;:0};" value="" vertex="1">
          <mxGeometry height="190" width="10" x="45" y="70" as="geometry" />
        </mxCell>
        <mxCell id="_QFFP_39c0ER-aZENGy8-48" parent="_QFFP_39c0ER-aZENGy8-46" style="html=1;points=[];perimeter=orthogonalPerimeter;outlineConnect=0;targetShapes=umlLifeline;portConstraint=eastwest;newEdgeStyle={&quot;edgeStyle&quot;:&quot;elbowEdgeStyle&quot;,&quot;elbow&quot;:&quot;vertical&quot;,&quot;curved&quot;:0,&quot;rounded&quot;:0};" value="" vertex="1">
          <mxGeometry height="80" width="10" x="50" y="120" as="geometry" />
        </mxCell>
        <mxCell id="7Z1T8ZwHcXeBXznP6D7j-40" parent="1" style="text;html=1;whiteSpace=wrap;strokeColor=none;fillColor=none;align=center;verticalAlign=middle;rounded=0;" value="Save Data" vertex="1">
          <mxGeometry height="30" width="60" x="590" y="1180" as="geometry" />
        </mxCell>
        <mxCell id="_QFFP_39c0ER-aZENGy8-49" edge="1" parent="1" style="html=1;verticalAlign=bottom;startArrow=oval;endArrow=block;startSize=8;edgeStyle=elbowEdgeStyle;elbow=vertical;curved=0;rounded=0;" target="_QFFP_39c0ER-aZENGy8-43" value="Login">
          <mxGeometry relative="1" as="geometry">
            <mxPoint x="965" y="135" as="sourcePoint" />
            <mxPoint x="1030" y="135" as="targetPoint" />
          </mxGeometry>
        </mxCell>
        <mxCell id="7Z1T8ZwHcXeBXznP6D7j-41" parent="1" style="text;html=1;whiteSpace=wrap;strokeColor=none;fillColor=none;align=center;verticalAlign=middle;rounded=0;" value="Confirm save" vertex="1">
          <mxGeometry height="30" width="80" x="580" y="1220" as="geometry" />
        </mxCell>
        <mxCell id="_QFFP_39c0ER-aZENGy8-50" parent="1" style="text;html=1;whiteSpace=wrap;strokeColor=none;fillColor=none;align=center;verticalAlign=middle;rounded=0;" value="Register User" vertex="1">
          <mxGeometry height="30" width="100" x="1020" y="95" as="geometry" />
        </mxCell>
        <mxCell id="7Z1T8ZwHcXeBXznP6D7j-42" parent="1" style="text;html=1;whiteSpace=wrap;strokeColor=none;fillColor=none;align=center;verticalAlign=middle;rounded=0;" value="Return Response" vertex="1">
          <mxGeometry height="30" width="60" x="365" y="1320" as="geometry" />
        </mxCell>
        <mxCell id="_QFFP_39c0ER-aZENGy8-51" parent="1" style="text;html=1;whiteSpace=wrap;strokeColor=none;fillColor=none;align=center;verticalAlign=middle;rounded=0;" value="Validate" vertex="1">
          <mxGeometry height="30" width="60" x="1190" y="85" as="geometry" />
        </mxCell>
        <mxCell id="7Z1T8ZwHcXeBXznP6D7j-43" parent="1" style="text;html=1;whiteSpace=wrap;strokeColor=none;fillColor=none;align=center;verticalAlign=middle;rounded=0;" value="Return Succes/Failure" vertex="1">
          <mxGeometry height="30" width="140" x="100" y="1290" as="geometry" />
        </mxCell>
        <mxCell id="_QFFP_39c0ER-aZENGy8-52" parent="1" style="text;html=1;whiteSpace=wrap;strokeColor=none;fillColor=none;align=center;verticalAlign=middle;rounded=0;" value="Process Request" vertex="1">
          <mxGeometry height="30" width="60" x="1305" y="85" as="geometry" />
        </mxCell>
        <mxCell id="_QFFP_39c0ER-aZENGy8-53" parent="1" style="text;html=1;whiteSpace=wrap;strokeColor=none;fillColor=none;align=center;verticalAlign=middle;rounded=0;" value="Save Data" vertex="1">
          <mxGeometry height="30" width="60" x="1490" y="95" as="geometry" />
        </mxCell>
        <mxCell id="_QFFP_39c0ER-aZENGy8-54" parent="1" style="text;html=1;whiteSpace=wrap;strokeColor=none;fillColor=none;align=center;verticalAlign=middle;rounded=0;" value="Confirm save" vertex="1">
          <mxGeometry height="30" width="80" x="1480" y="165" as="geometry" />
        </mxCell>
        <mxCell id="_QFFP_39c0ER-aZENGy8-55" parent="1" style="text;html=1;whiteSpace=wrap;strokeColor=none;fillColor=none;align=center;verticalAlign=middle;rounded=0;" value="Return Response" vertex="1">
          <mxGeometry height="30" width="60" x="1245" y="195" as="geometry" />
        </mxCell>
        <mxCell id="_QFFP_39c0ER-aZENGy8-56" parent="1" style="text;html=1;whiteSpace=wrap;strokeColor=none;fillColor=none;align=center;verticalAlign=middle;rounded=0;" value="Return Succes/Failure" vertex="1">
          <mxGeometry height="30" width="140" x="1000" y="205" as="geometry" />
        </mxCell>
        <mxCell id="_QFFP_39c0ER-aZENGy8-57" edge="1" parent="1" source="_QFFP_39c0ER-aZENGy8-47" style="endArrow=classic;html=1;rounded=0;" target="_QFFP_39c0ER-aZENGy8-37" value="">
          <mxGeometry height="50" relative="1" width="50" as="geometry">
            <Array as="points">
              <mxPoint x="1530" y="135" />
            </Array>
            <mxPoint x="1370" y="175" as="sourcePoint" />
            <mxPoint x="1420" y="125" as="targetPoint" />
          </mxGeometry>
        </mxCell>
        <mxCell id="_QFFP_39c0ER-aZENGy8-58" edge="1" parent="1" source="_QFFP_39c0ER-aZENGy8-37" style="endArrow=classic;html=1;rounded=0;dashed=1;" target="_QFFP_39c0ER-aZENGy8-48" value="">
          <mxGeometry height="50" relative="1" width="50" as="geometry">
            <Array as="points">
              <mxPoint x="1520" y="195" />
            </Array>
            <mxPoint x="1660" y="235" as="sourcePoint" />
            <mxPoint x="1710" y="185" as="targetPoint" />
          </mxGeometry>
        </mxCell>
        <mxCell id="_QFFP_39c0ER-aZENGy8-59" edge="1" parent="1" source="_QFFP_39c0ER-aZENGy8-46" style="endArrow=classic;html=1;rounded=0;dashed=1;" target="_QFFP_39c0ER-aZENGy8-45" value="">
          <mxGeometry height="50" relative="1" width="50" as="geometry">
            <Array as="points">
              <mxPoint x="1280" y="225" />
            </Array>
            <mxPoint x="1360" y="275" as="sourcePoint" />
            <mxPoint x="1410" y="225" as="targetPoint" />
          </mxGeometry>
        </mxCell>
        <mxCell id="_QFFP_39c0ER-aZENGy8-60" edge="1" parent="1" source="_QFFP_39c0ER-aZENGy8-43" style="endArrow=classic;html=1;rounded=0;dashed=1;" target="_QFFP_39c0ER-aZENGy8-36" value="">
          <mxGeometry height="50" relative="1" width="50" as="geometry">
            <Array as="points">
              <mxPoint x="1080" y="235" />
            </Array>
            <mxPoint x="1340" y="345" as="sourcePoint" />
            <mxPoint x="1390" y="295" as="targetPoint" />
          </mxGeometry>
        </mxCell>
        <mxCell id="68ymO_Sjnk0znAFFcrqy-1" parent="1" style="shape=umlLifeline;perimeter=lifelinePerimeter;whiteSpace=wrap;html=1;container=0;dropTarget=0;collapsible=0;recursiveResize=0;outlineConnect=0;portConstraint=eastwest;newEdgeStyle={&quot;edgeStyle&quot;:&quot;elbowEdgeStyle&quot;,&quot;elbow&quot;:&quot;vertical&quot;,&quot;curved&quot;:0,&quot;rounded&quot;:0};" value="User" vertex="1">
          <mxGeometry height="300" width="100" x="1830" y="55" as="geometry" />
        </mxCell>
-         <mxCell id="68ymO_Sjnk0znAFFcrqy-2" parent="68ymO_Sjnk0znAFFcrqy-1" style="html=1;points=[];perimeter=orthogonalPerimeter;outlineConnect=0;targetShapes=umlLifeline;portConstraint=eastwest;newEdgeStyle={&quot;edgeStyle&quot;:&quot;elbowEdgeStyle&quot;,&quot;elbow&quot;:&quot;vertical&quot;,&quot;curved&quot;:0,&quot;rounded&quot;:0};" value="" vertex="1">
-           <mxGeometry height="190" width="10" x="45" y="70" as="geometry" />
-         </mxCell>
-         <mxCell id="68ymO_Sjnk0znAFFcrqy-3" edge="1" parent="68ymO_Sjnk0znAFFcrqy-1" style="html=1;verticalAlign=bottom;startArrow=oval;endArrow=block;startSize=8;edgeStyle=elbowEdgeStyle;elbow=vertical;curved=0;rounded=0;" target="68ymO_Sjnk0znAFFcrqy-2" value="dispatch">
-           <mxGeometry relative="1" as="geometry">
-             <mxPoint x="-15" y="70" as="sourcePoint" />
-           </mxGeometry>
-         </mxCell>
-         <mxCell id="68ymO_Sjnk0znAFFcrqy-4" parent="68ymO_Sjnk0znAFFcrqy-1" style="html=1;points=[];perimeter=orthogonalPerimeter;outlineConnect=0;targetShapes=umlLifeline;portConstraint=eastwest;newEdgeStyle={&quot;edgeStyle&quot;:&quot;elbowEdgeStyle&quot;,&quot;elbow&quot;:&quot;vertical&quot;,&quot;curved&quot;:0,&quot;rounded&quot;:0};" value="" vertex="1">
-           <mxGeometry height="80" width="10" x="50" y="150" as="geometry" />
-         </mxCell>
        <mxCell id="68ymO_Sjnk0znAFFcrqy-5" parent="1" style="shape=umlLifeline;perimeter=lifelinePerimeter;whiteSpace=wrap;html=1;container=0;dropTarget=0;collapsible=0;recursiveResize=0;outlineConnect=0;portConstraint=eastwest;newEdgeStyle={&quot;edgeStyle&quot;:&quot;elbowEdgeStyle&quot;,&quot;elbow&quot;:&quot;vertical&quot;,&quot;curved&quot;:0,&quot;rounded&quot;:0};" value="DataBase" vertex="1">
          <mxGeometry height="300" width="100" x="2540" y="65" as="geometry" />
        </mxCell>
        <mxCell id="68ymO_Sjnk0znAFFcrqy-6" parent="68ymO_Sjnk0znAFFcrqy-5" style="html=1;points=[];perimeter=orthogonalPerimeter;outlineConnect=0;targetShapes=umlLifeline;portConstraint=eastwest;newEdgeStyle={&quot;edgeStyle&quot;:&quot;elbowEdgeStyle&quot;,&quot;elbow&quot;:&quot;vertical&quot;,&quot;curved&quot;:0,&quot;rounded&quot;:0};" value="" vertex="1">
          <mxGeometry height="170" width="10" x="45" y="80" as="geometry" />
        </mxCell>
-         <mxCell id="68ymO_Sjnk0znAFFcrqy-7" edge="1" parent="1" source="68ymO_Sjnk0znAFFcrqy-12" style="html=1;verticalAlign=bottom;endArrow=block;edgeStyle=elbowEdgeStyle;elbow=vertical;curved=0;rounded=0;" target="68ymO_Sjnk0znAFFcrqy-16" value="dispatch Is Customer/Host">
-           <mxGeometry relative="1" x="0.0616" as="geometry">
-             <mxPoint as="offset" />
-             <Array as="points">
-               <mxPoint x="2240" y="145" />
-             </Array>
-             <mxPoint x="1995" y="145" as="sourcePoint" />
-             <mxPoint x="2280" y="145" as="targetPoint" />
-           </mxGeometry>
-         </mxCell>
-         <mxCell id="68ymO_Sjnk0znAFFcrqy-8" connectable="0" parent="68ymO_Sjnk0znAFFcrqy-7" style="edgeLabel;html=1;align=center;verticalAlign=middle;resizable=0;points=[];" value="booking()" vertex="1">
-           <mxGeometry relative="1" x="-0.6283" y="3" as="geometry">
-             <mxPoint x="42" y="243" as="offset" />
-           </mxGeometry>
-         </mxCell>
-         <mxCell id="68ymO_Sjnk0znAFFcrqy-9" edge="1" parent="1" source="68ymO_Sjnk0znAFFcrqy-6" style="html=1;verticalAlign=bottom;endArrow=open;dashed=1;endSize=8;edgeStyle=elbowEdgeStyle;elbow=vertical;curved=0;rounded=0;" target="68ymO_Sjnk0znAFFcrqy-2" value="return">
+         <mxCell id="68ymO_Sjnk0znAFFcrqy-9" edge="1" parent="1" source="68ymO_Sjnk0znAFFcrqy-6" style="html=1;verticalAlign=bottom;endArrow=open;dashed=1;endSize=8;edgeStyle=elbowEdgeStyle;elbow=vertical;curved=0;rounded=0;" value="return">
          <mxGeometry relative="1" x="0.3286" as="geometry">
            <mxPoint as="offset" />
            <Array as="points">
              <mxPoint x="1990" y="295" />
            </Array>
-             <mxPoint x="1995" y="220" as="targetPoint" />
-           </mxGeometry>
-         </mxCell>
-         <mxCell id="68ymO_Sjnk0znAFFcrqy-10" edge="1" parent="1" source="68ymO_Sjnk0znAFFcrqy-16" style="html=1;verticalAlign=bottom;endArrow=open;dashed=1;endSize=8;edgeStyle=elbowEdgeStyle;elbow=vertical;curved=0;rounded=0;" target="68ymO_Sjnk0znAFFcrqy-2" value="user_id">
+             <mxPoint x="1885" y="295" as="targetPoint" />
+           </mxGeometry>
+         </mxCell>
+         <mxCell id="68ymO_Sjnk0znAFFcrqy-10" edge="1" parent="1" source="68ymO_Sjnk0znAFFcrqy-16" style="html=1;verticalAlign=bottom;endArrow=open;dashed=1;endSize=8;edgeStyle=elbowEdgeStyle;elbow=vertical;curved=0;rounded=0;" target="68ymO_Sjnk0znAFFcrqy-1" value="user_id">
          <mxGeometry relative="1" x="0.325" as="geometry">
            <mxPoint as="offset" />
            <Array as="points">
              <mxPoint x="2260" y="175" />
            </Array>
            <mxPoint x="2260" y="175" as="sourcePoint" />
-             <mxPoint x="1910" y="175" as="targetPoint" />
+             <mxPoint x="1885" y="175" as="targetPoint" />
          </mxGeometry>
        </mxCell>
        <mxCell id="68ymO_Sjnk0znAFFcrqy-11" parent="1" style="shape=umlLifeline;perimeter=lifelinePerimeter;whiteSpace=wrap;html=1;container=0;dropTarget=0;collapsible=0;recursiveResize=0;outlineConnect=0;portConstraint=eastwest;newEdgeStyle={&quot;edgeStyle&quot;:&quot;elbowEdgeStyle&quot;,&quot;elbow&quot;:&quot;vertical&quot;,&quot;curved&quot;:0,&quot;rounded&quot;:0};" value="API" vertex="1">
          <mxGeometry height="300" width="100" x="2050" y="55" as="geometry" />
        </mxCell>
-         <mxCell id="68ymO_Sjnk0znAFFcrqy-12" parent="68ymO_Sjnk0znAFFcrqy-11" style="html=1;points=[];perimeter=orthogonalPerimeter;outlineConnect=0;targetShapes=umlLifeline;portConstraint=eastwest;newEdgeStyle={&quot;edgeStyle&quot;:&quot;elbowEdgeStyle&quot;,&quot;elbow&quot;:&quot;vertical&quot;,&quot;curved&quot;:0,&quot;rounded&quot;:0};" value="" vertex="1">
-           <mxGeometry height="240" width="10" x="45" y="70" as="geometry" />
-         </mxCell>
-         <mxCell id="68ymO_Sjnk0znAFFcrqy-13" parent="68ymO_Sjnk0znAFFcrqy-11" style="html=1;points=[];perimeter=orthogonalPerimeter;outlineConnect=0;targetShapes=umlLifeline;portConstraint=eastwest;newEdgeStyle={&quot;edgeStyle&quot;:&quot;elbowEdgeStyle&quot;,&quot;elbow&quot;:&quot;vertical&quot;,&quot;curved&quot;:0,&quot;rounded&quot;:0};" value="" vertex="1">
-           <mxGeometry height="80" width="10" x="50" y="120" as="geometry" />
-         </mxCell>
        <mxCell id="68ymO_Sjnk0znAFFcrqy-14" parent="1" style="shape=umlLifeline;perimeter=lifelinePerimeter;whiteSpace=wrap;html=1;container=0;dropTarget=0;collapsible=0;recursiveResize=0;outlineConnect=0;portConstraint=eastwest;newEdgeStyle={&quot;edgeStyle&quot;:&quot;elbowEdgeStyle&quot;,&quot;elbow&quot;:&quot;vertical&quot;,&quot;curved&quot;:0,&quot;rounded&quot;:0};" value="&lt;div&gt;Backend&lt;/div&gt;" vertex="1">
          <mxGeometry height="300" width="100" x="2240" y="55" as="geometry" />
        </mxCell>
-         <mxCell id="68ymO_Sjnk0znAFFcrqy-15" parent="68ymO_Sjnk0znAFFcrqy-14" style="html=1;points=[];perimeter=orthogonalPerimeter;outlineConnect=0;targetShapes=umlLifeline;portConstraint=eastwest;newEdgeStyle={&quot;edgeStyle&quot;:&quot;elbowEdgeStyle&quot;,&quot;elbow&quot;:&quot;vertical&quot;,&quot;curved&quot;:0,&quot;rounded&quot;:0};" value="" vertex="1">
-           <mxGeometry height="190" width="10" x="45" y="70" as="geometry" />
-         </mxCell>
        <mxCell id="68ymO_Sjnk0znAFFcrqy-16" parent="68ymO_Sjnk0znAFFcrqy-14" style="html=1;points=[];perimeter=orthogonalPerimeter;outlineConnect=0;targetShapes=umlLifeline;portConstraint=eastwest;newEdgeStyle={&quot;edgeStyle&quot;:&quot;elbowEdgeStyle&quot;,&quot;elbow&quot;:&quot;vertical&quot;,&quot;curved&quot;:0,&quot;rounded&quot;:0};" value="" vertex="1">
-           <mxGeometry height="30" width="10" x="40" y="90" as="geometry" />
-         </mxCell>
-         <mxCell id="68ymO_Sjnk0znAFFcrqy-17" edge="1" parent="1" style="html=1;verticalAlign=bottom;startArrow=oval;endArrow=block;startSize=8;edgeStyle=elbowEdgeStyle;elbow=vertical;curved=0;rounded=0;" target="68ymO_Sjnk0znAFFcrqy-11" value="Login">
-           <mxGeometry relative="1" as="geometry">
-             <mxPoint x="1885" y="145" as="sourcePoint" />
-             <mxPoint x="1950" y="145" as="targetPoint" />
+           <mxGeometry height="50" width="10" x="45" y="80" as="geometry" />
+         </mxCell>
+         <mxCell id="68ymO_Sjnk0znAFFcrqy-17" edge="1" parent="1" style="html=1;verticalAlign=bottom;startArrow=oval;endArrow=block;startSize=8;edgeStyle=elbowEdgeStyle;elbow=vertical;curved=0;rounded=0;" value="Login">
+           <mxGeometry relative="1" as="geometry">
+             <mxPoint x="1889.9977777777779" y="135" as="sourcePoint" />
+             <mxPoint x="2289.72" y="135" as="targetPoint" />
          </mxGeometry>
        </mxCell>
        <mxCell id="68ymO_Sjnk0znAFFcrqy-18" parent="1" style="text;html=1;whiteSpace=wrap;strokeColor=none;fillColor=none;align=center;verticalAlign=middle;rounded=0;" value="Register User" vertex="1">
          <mxGeometry height="30" width="100" x="1940" y="105" as="geometry" />
        </mxCell>
        <mxCell id="68ymO_Sjnk0znAFFcrqy-19" parent="1" style="text;html=1;whiteSpace=wrap;strokeColor=none;fillColor=none;align=center;verticalAlign=middle;rounded=0;" value="Validate" vertex="1">
          <mxGeometry height="30" width="60" x="2165" y="105" as="geometry" />
        </mxCell>
        <mxCell id="68ymO_Sjnk0znAFFcrqy-20" parent="1" style="text;html=1;whiteSpace=wrap;strokeColor=none;fillColor=none;align=center;verticalAlign=middle;rounded=0;" value="Process Request" vertex="1">
          <mxGeometry height="30" width="60" x="2150" y="145" as="geometry" />
        </mxCell>
        <mxCell id="68ymO_Sjnk0znAFFcrqy-21" parent="1" style="text;html=1;whiteSpace=wrap;strokeColor=none;fillColor=none;align=center;verticalAlign=middle;rounded=0;" value="Save Data" vertex="1">
          <mxGeometry height="30" width="60" x="2410" y="105" as="geometry" />
        </mxCell>
        <mxCell id="68ymO_Sjnk0znAFFcrqy-22" parent="1" style="text;html=1;whiteSpace=wrap;strokeColor=none;fillColor=none;align=center;verticalAlign=middle;rounded=0;" value="Confirm save" vertex="1">
          <mxGeometry height="30" width="80" x="2400" y="145" as="geometry" />
        </mxCell>
        <mxCell id="68ymO_Sjnk0znAFFcrqy-23" parent="1" style="text;html=1;whiteSpace=wrap;strokeColor=none;fillColor=none;align=center;verticalAlign=middle;rounded=0;" value="Return Response" vertex="1">
          <mxGeometry height="30" width="60" x="2165" y="235" as="geometry" />
        </mxCell>
        <mxCell id="68ymO_Sjnk0znAFFcrqy-24" parent="1" style="text;html=1;whiteSpace=wrap;strokeColor=none;fillColor=none;align=center;verticalAlign=middle;rounded=0;" value="Return Succes/Failure" vertex="1">
          <mxGeometry height="30" width="140" x="1920" y="215" as="geometry" />
        </mxCell>
      </root>
    </mxGraphModel>
  </diagram>
</mxfile>
